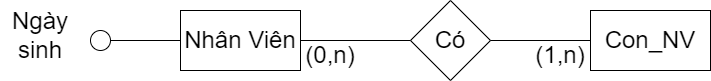
Before: QT1(Chuẩn hóa ER).png, a diagram exported from draw.io (datnham0212/learning). Source tidied: cells renumbered, new cells last; positions are measured from the earlier drawing's top-left corner, leaving out a move shared by most shapes. The source it was exported from:
```xml
<mxGraphModel>
  <root>
    <mxCell id="0" />
    <mxCell id="1" parent="0" />
    <mxCell id="2" value="Nhân Viên" style="rounded=0;whiteSpace=wrap;html=1;fontSize=24;" parent="1" vertex="1">
      <mxGeometry x="180" y="10" width="120" height="60" as="geometry" />
    </mxCell>
    <mxCell id="3" value="Có" style="rhombus;whiteSpace=wrap;html=1;fontSize=24;" parent="1" vertex="1">
      <mxGeometry x="410" width="80" height="80" as="geometry" />
    </mxCell>
    <mxCell id="4" value="Con_NV" style="rounded=0;whiteSpace=wrap;html=1;fontSize=24;" parent="1" vertex="1">
      <mxGeometry x="590" y="10" width="120" height="60" as="geometry" />
    </mxCell>
    <mxCell id="5" style="endArrow=none;html=1;rounded=0;entryX=0;entryY=0.5;entryDx=0;entryDy=0;fontSize=24;" parent="1" edge="1" target="3">
      <mxGeometry relative="1" as="geometry">
        <mxPoint x="300" y="40" as="sourcePoint" />
      </mxGeometry>
    </mxCell>
    <mxCell id="6" style="endArrow=none;html=1;rounded=0;entryX=0;entryY=0.5;entryDx=0;entryDy=0;fontSize=24;" parent="1" edge="1" target="4">
      <mxGeometry relative="1" as="geometry">
        <mxPoint x="490" y="40" as="sourcePoint" />
      </mxGeometry>
    </mxCell>
    <mxCell id="7" style="endArrow=none;html=1;rounded=0;exitX=0;exitY=0.5;exitDx=0;exitDy=0;fontSize=24;" parent="1" edge="1" source="2" target="8">
      <mxGeometry relative="1" as="geometry" />
    </mxCell>
    <mxCell id="8" style="ellipse;whiteSpace=wrap;html=1;fontSize=24;" parent="1" vertex="1">
      <mxGeometry x="90" y="30" width="20" height="20" as="geometry" />
    </mxCell>
    <mxCell id="9" value="&lt;font style=&quot;font-size: 24px;&quot;&gt;(0,n)&lt;/font&gt;" style="text;html=1;strokeColor=none;fillColor=none;align=center;verticalAlign=middle;whiteSpace=wrap;rounded=0;fontSize=24;" parent="1" vertex="1">
      <mxGeometry x="300" y="40" width="60" height="30" as="geometry" />
    </mxCell>
    <mxCell id="10" value="&lt;font style=&quot;font-size: 24px;&quot;&gt;(1,n)&lt;/font&gt;" style="text;html=1;strokeColor=none;fillColor=none;align=center;verticalAlign=middle;whiteSpace=wrap;rounded=0;fontSize=24;" parent="1" vertex="1">
      <mxGeometry x="530" y="40" width="60" height="30" as="geometry" />
    </mxCell>
    <mxCell id="11" value="&lt;font style=&quot;font-size: 24px;&quot;&gt;Ngày sinh&lt;/font&gt;" style="text;html=1;strokeColor=none;fillColor=none;align=center;verticalAlign=middle;whiteSpace=wrap;rounded=0;fontSize=24;" parent="1" vertex="1">
      <mxGeometry y="20" width="80" height="30" as="geometry" />
    </mxCell>
  </root>
</mxGraphModel>
```
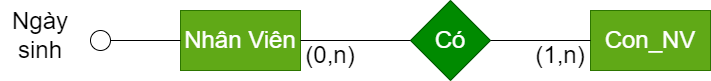
The same diagram one commit later.

What changed in the source:
```diff
@@ -2,13 +2,13 @@
   <root>
     <mxCell id="0" />
     <mxCell id="1" parent="0" />
-    <mxCell id="2" value="Nhân Viên" style="rounded=0;whiteSpace=wrap;html=1;fontSize=24;" parent="1" vertex="1">
+    <mxCell id="2" value="Nhân Viên" style="rounded=0;whiteSpace=wrap;html=1;fontSize=24;fillColor=#60a917;fontColor=#ffffff;strokeColor=#2D7600;" parent="1" vertex="1">
       <mxGeometry x="180" y="10" width="120" height="60" as="geometry" />
     </mxCell>
-    <mxCell id="3" value="Có" style="rhombus;whiteSpace=wrap;html=1;fontSize=24;" parent="1" vertex="1">
+    <mxCell id="3" value="Có" style="rhombus;whiteSpace=wrap;html=1;fontSize=24;fillColor=#008a00;fontColor=#ffffff;strokeColor=#005700;" parent="1" vertex="1">
       <mxGeometry x="410" width="80" height="80" as="geometry" />
     </mxCell>
-    <mxCell id="4" value="Con_NV" style="rounded=0;whiteSpace=wrap;html=1;fontSize=24;" parent="1" vertex="1">
+    <mxCell id="4" value="Con_NV" style="rounded=0;whiteSpace=wrap;html=1;fontSize=24;fillColor=#60a917;fontColor=#ffffff;strokeColor=#2D7600;" parent="1" vertex="1">
       <mxGeometry x="590" y="10" width="120" height="60" as="geometry" />
     </mxCell>
     <mxCell id="5" style="endArrow=none;html=1;rounded=0;entryX=0;entryY=0.5;entryDx=0;entryDy=0;fontSize=24;" parent="1" edge="1" target="3">
```
